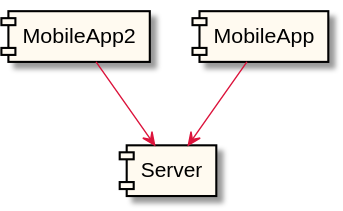
The PlantUML diagram docs/integration.svg in anz-bank/sysl-catalog, before a commit.
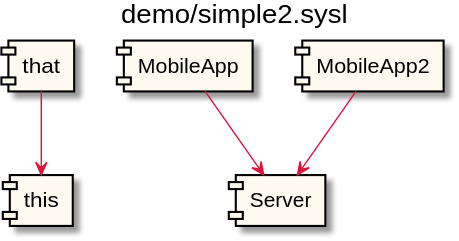
Later version of the same file.

The edit, as a diff of the source:
```diff
@@ -1,6 +1,7 @@
 @startuml
 
 
+title demo/simple2.sysl
 hide stereotype
 scale max 16384 height
 skinparam component {
@@ -8,9 +9,12 @@
   BorderColor Black
   ArrowColor Crimson
 }
-[MobileApp2] as _0 <<highlight>>
-[Server] as _1
+[that] as _0 <<highlight>>
+[this] as _1 <<highlight>>
 _0 --> _1
 [MobileApp] as _2 <<highlight>>
-_2 --> _1
+[Server] as _3 <<highlight>>
+_2 --> _3
+[MobileApp2] as _4 <<highlight>>
+_4 --> _3
 @enduml
```
